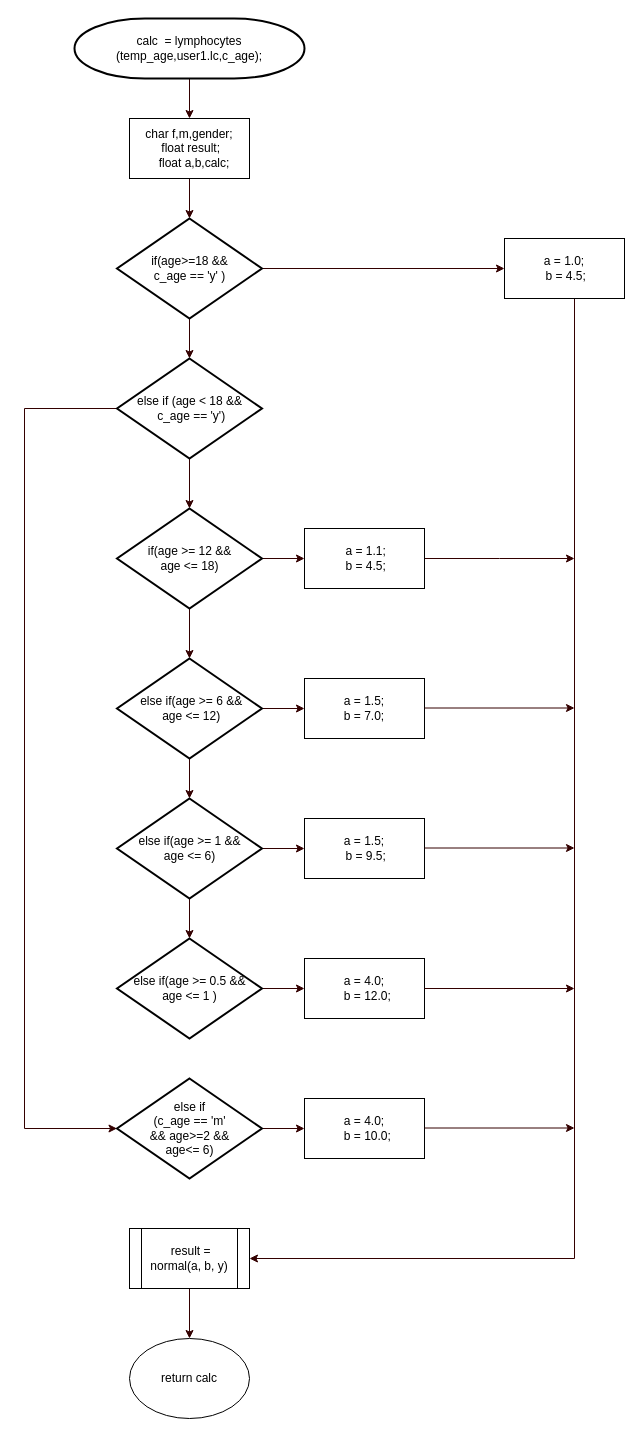
Earlier version of the draw.io diagram page "calc" (3 of 17) of Untitled Diagram.drawio (osamu296/anemia-risk-detector-cdio). Source tidied: cells renumbered, new cells numbered last; positions are measured from the earlier drawing's top-left corner, leaving out a move shared by most shapes. Both pictures are drawn from the tidied source at 100%, with x=0, y=0 at pixel (24, 18).
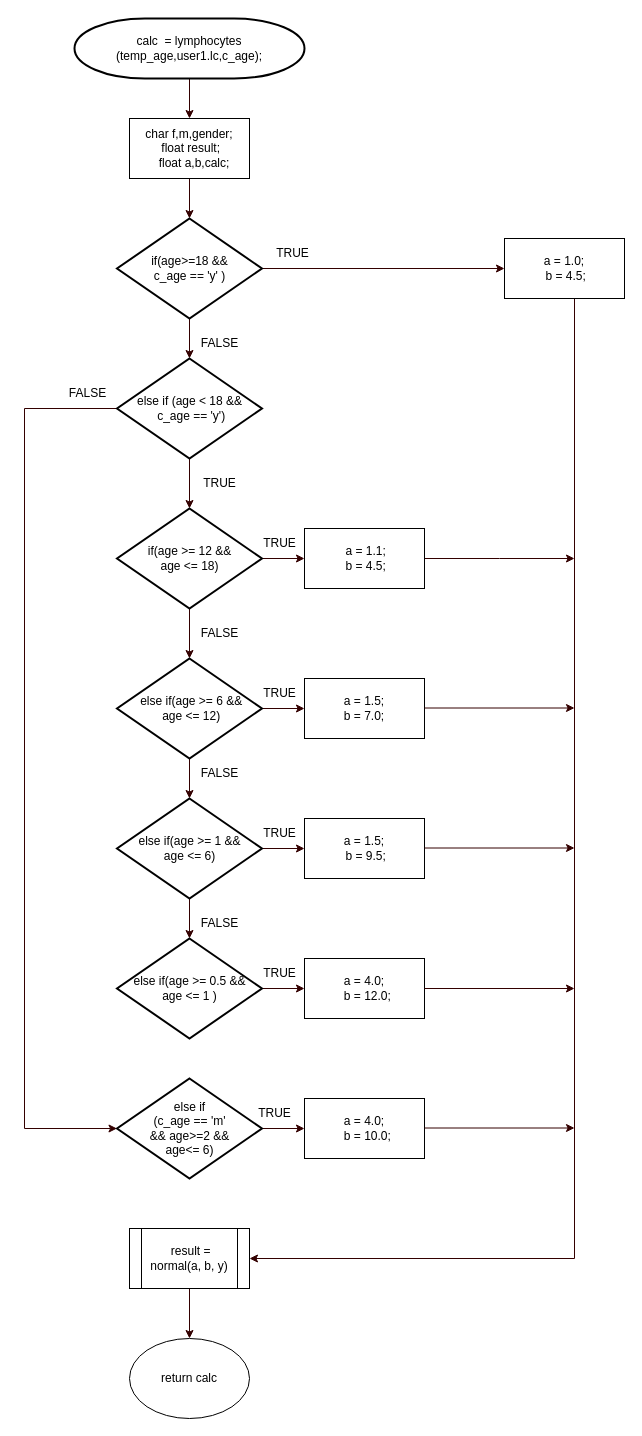
Above is the later version.

The edit, as a diff of the source:
```diff
@@
+    <mxCell id="40" value="TRUE" style="text;html=1;align=center;verticalAlign=middle;strokeColor=none;fillColor=none;fontSize=12;fontFamily=Helvetica;fontColor=default;" parent="1" vertex="1">
+      <mxGeometry x="165" y="450" width="60" height="30" as="geometry" />
+    </mxCell>
+    <mxCell id="41" value="TRUE" style="text;html=1;align=center;verticalAlign=middle;strokeColor=none;fillColor=none;fontSize=12;fontFamily=Helvetica;fontColor=default;" parent="1" vertex="1">
+      <mxGeometry x="237.5" y="220" width="60" height="30" as="geometry" />
+    </mxCell>
+    <mxCell id="42" value="TRUE" style="text;html=1;align=center;verticalAlign=middle;strokeColor=none;fillColor=none;fontSize=12;fontFamily=Helvetica;fontColor=default;" parent="1" vertex="1">
+      <mxGeometry x="225" y="510" width="60" height="30" as="geometry" />
+    </mxCell>
+    <mxCell id="43" value="TRUE" style="text;html=1;align=center;verticalAlign=middle;strokeColor=none;fillColor=none;fontSize=12;fontFamily=Helvetica;fontColor=default;" parent="1" vertex="1">
+      <mxGeometry x="225" y="660" width="60" height="30" as="geometry" />
+    </mxCell>
+    <mxCell id="44" value="TRUE" style="text;html=1;align=center;verticalAlign=middle;strokeColor=none;fillColor=none;fontSize=12;fontFamily=Helvetica;fontColor=default;" parent="1" vertex="1">
+      <mxGeometry x="225" y="800" width="60" height="30" as="geometry" />
+    </mxCell>
+    <mxCell id="45" value="TRUE" style="text;html=1;align=center;verticalAlign=middle;strokeColor=none;fillColor=none;fontSize=12;fontFamily=Helvetica;fontColor=default;" parent="1" vertex="1">
+      <mxGeometry x="225" y="940" width="60" height="30" as="geometry" />
+    </mxCell>
+    <mxCell id="46" value="FALSE" style="text;html=1;align=center;verticalAlign=middle;strokeColor=none;fillColor=none;fontSize=12;fontFamily=Helvetica;fontColor=default;" parent="1" vertex="1">
+      <mxGeometry x="165" y="310" width="60" height="30" as="geometry" />
+    </mxCell>
+    <mxCell id="47" value="FALSE" style="text;html=1;align=center;verticalAlign=middle;strokeColor=none;fillColor=none;fontSize=12;fontFamily=Helvetica;fontColor=default;" parent="1" vertex="1">
+      <mxGeometry x="32.5" y="360" width="60" height="30" as="geometry" />
+    </mxCell>
+    <mxCell id="48" value="FALSE" style="text;html=1;align=center;verticalAlign=middle;strokeColor=none;fillColor=none;fontSize=12;fontFamily=Helvetica;fontColor=default;" parent="1" vertex="1">
+      <mxGeometry x="165" y="600" width="60" height="30" as="geometry" />
+    </mxCell>
+    <mxCell id="49" value="FALSE" style="text;html=1;align=center;verticalAlign=middle;strokeColor=none;fillColor=none;fontSize=12;fontFamily=Helvetica;fontColor=default;" parent="1" vertex="1">
+      <mxGeometry x="165" y="740" width="60" height="30" as="geometry" />
+    </mxCell>
+    <mxCell id="50" value="FALSE" style="text;html=1;align=center;verticalAlign=middle;strokeColor=none;fillColor=none;fontSize=12;fontFamily=Helvetica;fontColor=default;" parent="1" vertex="1">
+      <mxGeometry x="165" y="890" width="60" height="30" as="geometry" />
+    </mxCell>
+    <mxCell id="51" value="TRUE" style="text;html=1;align=center;verticalAlign=middle;strokeColor=none;fillColor=none;fontSize=12;fontFamily=Helvetica;fontColor=default;" parent="1" vertex="1">
+      <mxGeometry x="220" y="1080" width="60" height="30" as="geometry" />
+    </mxCell>
```
